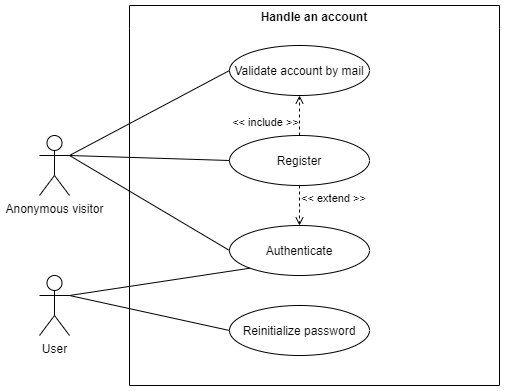
The draw.io diagram diagrammes/UC - Handle an account.drawio.png in David-Renard/OC-p6, before a commit. Source tidied: cells renumbered, new cells last; positions are measured from the earlier drawing's top-left corner, leaving out a move shared by most shapes. The source it was exported from:
```xml
<mxGraphModel>
  <root>
    <mxCell id="0" />
    <mxCell id="1" parent="0" />
    <mxCell id="2" value="Handle an account" style="swimlane;whiteSpace=wrap;html=1;swimlaneLine=0;" parent="1" vertex="1">
      <mxGeometry x="90" width="370" height="380" as="geometry" />
    </mxCell>
    <mxCell id="3" value="&lt;p style=&quot;line-height: 100%;&quot;&gt;Register&lt;/p&gt;" style="ellipse;whiteSpace=wrap;html=1;" parent="2" vertex="1">
      <mxGeometry x="100" y="130" width="140" height="50" as="geometry" />
    </mxCell>
    <mxCell id="4" value="&lt;p style=&quot;line-height: 100%;&quot;&gt;Authenticate&lt;/p&gt;" style="ellipse;whiteSpace=wrap;html=1;" parent="2" vertex="1">
      <mxGeometry x="100" y="220" width="140" height="50" as="geometry" />
    </mxCell>
    <mxCell id="5" value="&amp;lt;&amp;lt; extend &amp;gt;&amp;gt;" style="endArrow=open;html=1;rounded=0;exitX=0.5;exitY=1;exitDx=0;exitDy=0;endFill=0;dashed=1;entryX=0.5;entryY=0;entryDx=0;entryDy=0;" parent="2" edge="1" source="3" target="4">
      <mxGeometry x="-0.33" y="34" relative="1" as="geometry" />
    </mxCell>
    <mxCell id="6" value="&lt;p style=&quot;line-height: 100%;&quot;&gt;Validate account by mail&lt;/p&gt;" style="ellipse;whiteSpace=wrap;html=1;" parent="2" vertex="1">
      <mxGeometry x="100" y="40" width="140" height="50" as="geometry" />
    </mxCell>
    <mxCell id="7" value="&amp;lt;&amp;lt; include &amp;gt;&amp;gt;" style="endArrow=open;html=1;rounded=0;exitX=0.5;exitY=0;exitDx=0;exitDy=0;endFill=0;dashed=1;" parent="2" edge="1" source="3" target="6">
      <mxGeometry x="-0.33" y="34" relative="1" as="geometry" />
    </mxCell>
    <mxCell id="8" value="&lt;p style=&quot;line-height: 100%;&quot;&gt;Reinitialize password&lt;br&gt;&lt;/p&gt;" style="ellipse;whiteSpace=wrap;html=1;" parent="2" vertex="1">
      <mxGeometry x="100" y="300" width="140" height="50" as="geometry" />
    </mxCell>
    <mxCell id="9" value="Anonymous visitor" style="shape=umlActor;verticalLabelPosition=bottom;verticalAlign=top;html=1;outlineConnect=0;" parent="1" vertex="1">
      <mxGeometry y="130" width="30" height="60" as="geometry" />
    </mxCell>
    <mxCell id="10" style="endArrow=none;html=1;rounded=0;exitX=1;exitY=0.3333333333333333;exitDx=0;exitDy=0;exitPerimeter=0;entryX=0;entryY=0.5;entryDx=0;entryDy=0;" parent="1" edge="1" source="9" target="3">
      <mxGeometry relative="1" as="geometry" />
    </mxCell>
    <mxCell id="11" style="endArrow=none;html=1;rounded=0;exitX=1;exitY=0.3333333333333333;exitDx=0;exitDy=0;exitPerimeter=0;entryX=0;entryY=0.5;entryDx=0;entryDy=0;" parent="1" edge="1" source="9" target="4">
      <mxGeometry relative="1" as="geometry" />
    </mxCell>
    <mxCell id="12" value="User" style="shape=umlActor;verticalLabelPosition=bottom;verticalAlign=top;html=1;outlineConnect=0;" parent="1" vertex="1">
      <mxGeometry y="270" width="30" height="60" as="geometry" />
    </mxCell>
    <mxCell id="13" style="endArrow=none;html=1;rounded=0;exitX=1;exitY=0.3333333333333333;exitDx=0;exitDy=0;exitPerimeter=0;entryX=0;entryY=1;entryDx=0;entryDy=0;" parent="1" edge="1" source="12" target="4">
      <mxGeometry relative="1" as="geometry" />
    </mxCell>
    <mxCell id="14" style="endArrow=none;html=1;rounded=0;entryX=0;entryY=0.5;entryDx=0;entryDy=0;exitX=1;exitY=0.3333333333333333;exitDx=0;exitDy=0;exitPerimeter=0;" parent="1" edge="1" source="9" target="6">
      <mxGeometry relative="1" as="geometry" />
    </mxCell>
    <mxCell id="15" style="endArrow=none;html=1;rounded=0;entryX=0;entryY=0.5;entryDx=0;entryDy=0;" parent="1" edge="1" target="8">
      <mxGeometry relative="1" as="geometry">
        <mxPoint x="30" y="290" as="sourcePoint" />
      </mxGeometry>
    </mxCell>
  </root>
</mxGraphModel>
```
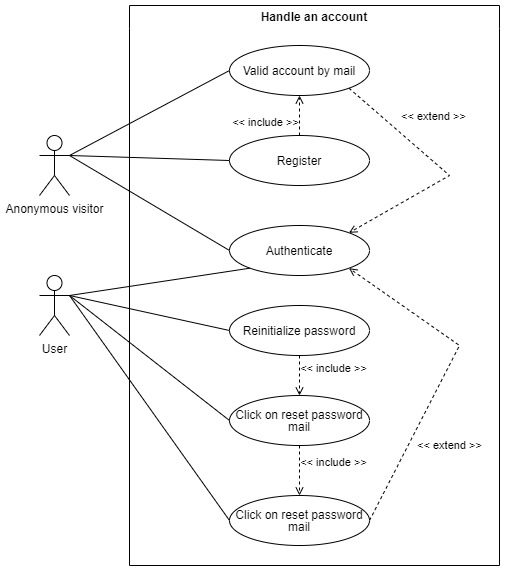
The same diagram one commit later.

Diff of the diagram source:
```diff
@@ -3,7 +3,7 @@
     <mxCell id="0" />
     <mxCell id="1" parent="0" />
     <mxCell id="2" value="Handle an account" style="swimlane;whiteSpace=wrap;html=1;swimlaneLine=0;" parent="1" vertex="1">
-      <mxGeometry x="90" width="370" height="380" as="geometry" />
+      <mxGeometry x="90" width="370" height="560" as="geometry" />
     </mxCell>
     <mxCell id="3" value="&lt;p style=&quot;line-height: 100%;&quot;&gt;Register&lt;/p&gt;" style="ellipse;whiteSpace=wrap;html=1;" parent="2" vertex="1">
       <mxGeometry x="100" y="130" width="140" height="50" as="geometry" />
@@ -11,10 +11,14 @@
     <mxCell id="4" value="&lt;p style=&quot;line-height: 100%;&quot;&gt;Authenticate&lt;/p&gt;" style="ellipse;whiteSpace=wrap;html=1;" parent="2" vertex="1">
       <mxGeometry x="100" y="220" width="140" height="50" as="geometry" />
     </mxCell>
-    <mxCell id="5" value="&amp;lt;&amp;lt; extend &amp;gt;&amp;gt;" style="endArrow=open;html=1;rounded=0;exitX=0.5;exitY=1;exitDx=0;exitDy=0;endFill=0;dashed=1;entryX=0.5;entryY=0;entryDx=0;entryDy=0;" parent="2" edge="1" source="3" target="4">
-      <mxGeometry x="-0.33" y="34" relative="1" as="geometry" />
+    <mxCell id="5" value="&amp;lt;&amp;lt; extend &amp;gt;&amp;gt;" style="endArrow=open;html=1;rounded=0;exitX=1;exitY=1;exitDx=0;exitDy=0;endFill=0;dashed=1;entryX=1;entryY=0;entryDx=0;entryDy=0;" parent="2" edge="1" source="6" target="4">
+      <mxGeometry x="-0.33" y="34" relative="1" as="geometry">
+        <Array as="points">
+          <mxPoint x="320" y="170" />
+        </Array>
+      </mxGeometry>
     </mxCell>
-    <mxCell id="6" value="&lt;p style=&quot;line-height: 100%;&quot;&gt;Validate account by mail&lt;/p&gt;" style="ellipse;whiteSpace=wrap;html=1;" parent="2" vertex="1">
+    <mxCell id="6" value="&lt;p style=&quot;line-height: 100%;&quot;&gt;Valid account by mail&lt;/p&gt;" style="ellipse;whiteSpace=wrap;html=1;" parent="2" vertex="1">
       <mxGeometry x="100" y="40" width="140" height="50" as="geometry" />
     </mxCell>
     <mxCell id="7" value="&amp;lt;&amp;lt; include &amp;gt;&amp;gt;" style="endArrow=open;html=1;rounded=0;exitX=0.5;exitY=0;exitDx=0;exitDy=0;endFill=0;dashed=1;" parent="2" edge="1" source="3" target="6">
@@ -23,6 +27,25 @@
     <mxCell id="8" value="&lt;p style=&quot;line-height: 100%;&quot;&gt;Reinitialize password&lt;br&gt;&lt;/p&gt;" style="ellipse;whiteSpace=wrap;html=1;" parent="2" vertex="1">
       <mxGeometry x="100" y="300" width="140" height="50" as="geometry" />
     </mxCell>
+    <mxCell id="16" value="&lt;p style=&quot;line-height: 100%;&quot;&gt;Click on reset password mail&lt;br&gt;&lt;/p&gt;" style="ellipse;whiteSpace=wrap;html=1;" parent="2" vertex="1">
+      <mxGeometry x="100" y="390" width="140" height="50" as="geometry" />
+    </mxCell>
+    <mxCell id="17" value="&amp;lt;&amp;lt; include &amp;gt;&amp;gt;" style="endArrow=open;html=1;rounded=0;exitX=0.5;exitY=1;exitDx=0;exitDy=0;endFill=0;dashed=1;entryX=0.5;entryY=0;entryDx=0;entryDy=0;" parent="2" edge="1" source="8" target="16">
+      <mxGeometry x="-0.33" y="34" relative="1" as="geometry" />
+    </mxCell>
+    <mxCell id="18" value="&lt;p style=&quot;line-height: 100%;&quot;&gt;Click on reset password mail&lt;br&gt;&lt;/p&gt;" style="ellipse;whiteSpace=wrap;html=1;" parent="2" vertex="1">
+      <mxGeometry x="100" y="490" width="140" height="50" as="geometry" />
+    </mxCell>
+    <mxCell id="19" value="&amp;lt;&amp;lt; include &amp;gt;&amp;gt;" style="endArrow=open;html=1;rounded=0;exitX=0.5;exitY=1;exitDx=0;exitDy=0;endFill=0;dashed=1;entryX=0.5;entryY=0;entryDx=0;entryDy=0;" parent="2" edge="1" source="16" target="18">
+      <mxGeometry x="-0.33" y="34" relative="1" as="geometry" />
+    </mxCell>
+    <mxCell id="20" value="&amp;lt;&amp;lt; extend &amp;gt;&amp;gt;" style="endArrow=open;html=1;rounded=0;exitX=1;exitY=0.5;exitDx=0;exitDy=0;endFill=0;dashed=1;entryX=1;entryY=1;entryDx=0;entryDy=0;" parent="2" edge="1" source="18" target="4">
+      <mxGeometry x="-0.38" y="-37" relative="1" as="geometry">
+        <Array as="points">
+          <mxPoint x="330" y="340" />
+        </Array>
+      </mxGeometry>
+    </mxCell>
     <mxCell id="9" value="Anonymous visitor" style="shape=umlActor;verticalLabelPosition=bottom;verticalAlign=top;html=1;outlineConnect=0;" parent="1" vertex="1">
       <mxGeometry y="130" width="30" height="60" as="geometry" />
     </mxCell>
@@ -46,5 +69,11 @@
         <mxPoint x="30" y="290" as="sourcePoint" />
       </mxGeometry>
     </mxCell>
+    <mxCell id="21" style="endArrow=none;html=1;rounded=0;entryX=0;entryY=0.5;entryDx=0;entryDy=0;exitX=1;exitY=0.3333333333333333;exitDx=0;exitDy=0;exitPerimeter=0;" parent="1" edge="1" source="12" target="16">
+      <mxGeometry relative="1" as="geometry" />
+    </mxCell>
+    <mxCell id="22" style="endArrow=none;html=1;rounded=0;entryX=0;entryY=0.5;entryDx=0;entryDy=0;exitX=1;exitY=0.3333333333333333;exitDx=0;exitDy=0;exitPerimeter=0;" parent="1" edge="1" source="12" target="18">
+      <mxGeometry relative="1" as="geometry" />
+    </mxCell>
   </root>
 </mxGraphModel>
```
